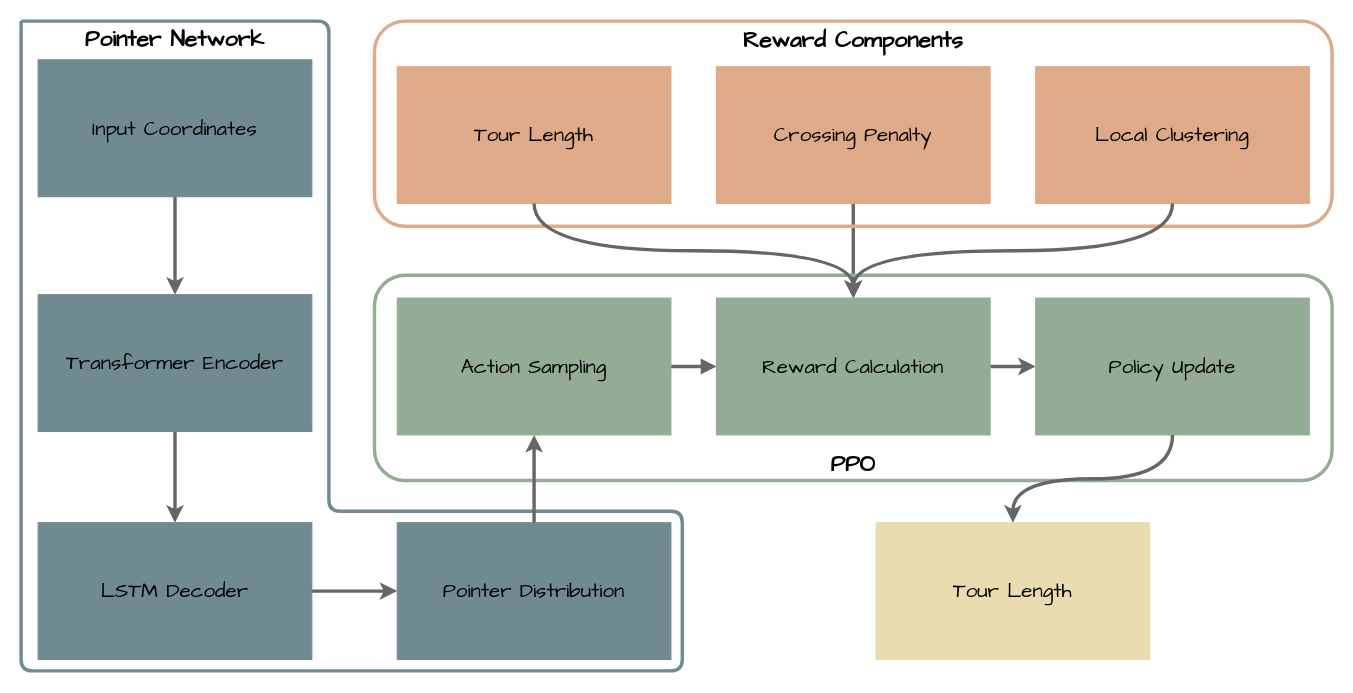
This is tsp.drawio from q10l01p/draw, a draw.io file, before an edit. Source tidied: cells renumbered, new cells numbered last; positions are measured from the earlier drawing's top-left corner, leaving out a move shared by most shapes. Both pictures are drawn from the tidied source at 114%, with x=0, y=0 at pixel (21, 21).
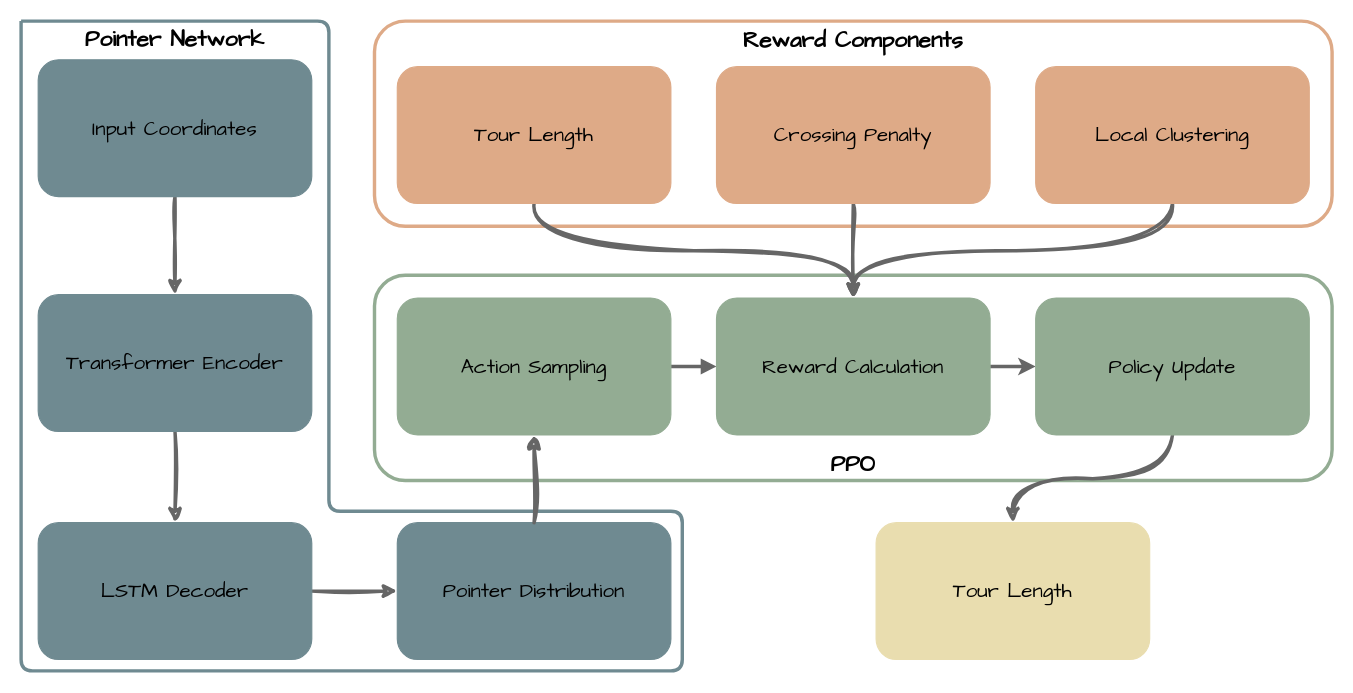
Above is the later version.

The edit, as a diff of the source:
```diff
@@
+    <mxCell id="20" style="rounded=1;whiteSpace=wrap;html=1;fillColor=none;strokeColor=#93AC93;strokeWidth=3;perimeterSpacing=0;glass=1;fontFamily=Comic Sans MS;" parent="1" vertex="1">
+      <mxGeometry x="310" y="223" width="840" height="180" as="geometry" />
+    </mxCell>
+    <mxCell id="18" style="rounded=1;whiteSpace=wrap;html=1;fillColor=none;strokeColor=#DEAA87;strokeWidth=3;perimeterSpacing=0;glass=1;fontFamily=Comic Sans MS;" parent="1" vertex="1">
+      <mxGeometry x="310" width="840" height="180" as="geometry" />
+    </mxCell>
-    <mxCell id="2" style="edgeStyle=orthogonalEdgeStyle;rounded=0;jettySize=auto;html=1;strokeWidth=3;fillColor=#f5f5f5;gradientColor=#b3b3b3;strokeColor=#666666;" parent="1" edge="1" source="15" target="24">
+    <mxCell id="2" style="edgeStyle=orthogonalEdgeStyle;rounded=0;jettySize=auto;html=1;strokeWidth=3;fillColor=#f5f5f5;gradientColor=#b3b3b3;strokeColor=#666666;sketch=1;curveFitting=1;jiggle=2;" parent="1" edge="1" source="15" target="24">
       <mxGeometry relative="1" as="geometry" />
     </mxCell>
-    <mxCell id="3" value="&lt;p style=&quot;margin: 0px; font-style: normal; font-variant-caps: normal; font-stretch: normal; line-height: normal; font-size-adjust: none; font-kerning: auto; font-variant-alternates: normal; font-variant-ligatures: normal; font-variant-numeric: normal; font-variant-east-asian: normal; font-variant-position: normal; font-feature-settings: normal; font-optical-sizing: auto; font-variation-settings: normal;&quot;&gt;Tour Length&lt;/p&gt;" style="rounded=0;whiteSpace=wrap;html=1;fillColor=#E9DDAF;strokeColor=#E9DDAF;fontFamily=Comic Sans MS;fontSize=18;glass=0;" parent="1" vertex="1">
+    <mxCell id="3" value="&lt;p style=&quot;margin: 0px; font-style: normal; font-variant-caps: normal; font-stretch: normal; line-height: normal; font-size-adjust: none; font-kerning: auto; font-variant-alternates: normal; font-variant-ligatures: normal; font-variant-numeric: normal; font-variant-east-asian: normal; font-variant-position: normal; font-feature-settings: normal; font-optical-sizing: auto; font-variation-settings: normal;&quot;&gt;Tour Length&lt;/p&gt;" style="rounded=1;whiteSpace=wrap;html=1;fillColor=#E9DDAF;strokeColor=#E9DDAF;fontFamily=Comic Sans MS;fontSize=18;glass=0;" parent="1" vertex="1">
       <mxGeometry x="750" y="440" width="240" height="120" as="geometry" />
     </mxCell>
-    <mxCell id="4" style="edgeStyle=none;rounded=0;jettySize=auto;html=1;strokeWidth=3;fillColor=#f5f5f5;gradientColor=#b3b3b3;strokeColor=#666666;" parent="1" edge="1" source="5" target="7">
+    <mxCell id="4" style="edgeStyle=none;rounded=0;jettySize=auto;html=1;strokeWidth=3;fillColor=#f5f5f5;gradientColor=#b3b3b3;strokeColor=#666666;sketch=1;curveFitting=1;jiggle=2;" parent="1" edge="1" source="5" target="7">
       <mxGeometry relative="1" as="geometry" />
     </mxCell>
-    <mxCell id="5" value="&lt;p style=&quot;margin: 0px; font-style: normal; font-variant-caps: normal; font-stretch: normal; line-height: normal; font-size-adjust: none; font-kerning: auto; font-variant-alternates: normal; font-variant-ligatures: normal; font-variant-numeric: normal; font-variant-east-asian: normal; font-variant-position: normal; font-feature-settings: normal; font-optical-sizing: auto; font-variation-settings: normal;&quot;&gt;Input Coordinates&lt;/p&gt;" style="rounded=0;whiteSpace=wrap;html=1;fillColor=#6F8A91;strokeColor=#6F8A91;fontFamily=Comic Sans MS;fontSize=18;glass=0;" parent="1" vertex="1">
+    <mxCell id="5" value="&lt;p style=&quot;margin: 0px; font-style: normal; font-variant-caps: normal; font-stretch: normal; line-height: normal; font-size-adjust: none; font-kerning: auto; font-variant-alternates: normal; font-variant-ligatures: normal; font-variant-numeric: normal; font-variant-east-asian: normal; font-variant-position: normal; font-feature-settings: normal; font-optical-sizing: auto; font-variation-settings: normal;&quot;&gt;Input Coordinates&lt;/p&gt;" style="rounded=1;whiteSpace=wrap;html=1;fillColor=#6F8A91;strokeColor=#6F8A91;fontFamily=Comic Sans MS;fontSize=18;glass=0;" parent="1" vertex="1">
       <mxGeometry x="15" y="34" width="240" height="120" as="geometry" />
     </mxCell>
-    <mxCell id="6" style="edgeStyle=none;rounded=0;jettySize=auto;html=1;strokeWidth=3;fillColor=#f5f5f5;gradientColor=#b3b3b3;strokeColor=#666666;" parent="1" edge="1" source="7" target="9">
+    <mxCell id="6" style="edgeStyle=none;rounded=0;jettySize=auto;html=1;strokeWidth=3;fillColor=#f5f5f5;gradientColor=#b3b3b3;strokeColor=#666666;sketch=1;curveFitting=1;jiggle=2;" parent="1" edge="1" source="7" target="9">
       <mxGeometry relative="1" as="geometry" />
     </mxCell>
-    <mxCell id="7" value="&lt;p style=&quot;margin: 0px; font-style: normal; font-variant-caps: normal; font-stretch: normal; line-height: normal; font-size-adjust: none; font-kerning: auto; font-variant-alternates: normal; font-variant-ligatures: normal; font-variant-numeric: normal; font-variant-east-asian: normal; font-variant-position: normal; font-feature-settings: normal; font-optical-sizing: auto; font-variation-settings: normal;&quot;&gt;Transformer Encoder&lt;/p&gt;" style="rounded=0;whiteSpace=wrap;html=1;fillColor=#6F8A91;strokeColor=#6F8A91;fontFamily=Comic Sans MS;fontSize=18;glass=0;" parent="1" vertex="1">
+    <mxCell id="7" value="&lt;p style=&quot;margin: 0px; font-style: normal; font-variant-caps: normal; font-stretch: normal; line-height: normal; font-size-adjust: none; font-kerning: auto; font-variant-alternates: normal; font-variant-ligatures: normal; font-variant-numeric: normal; font-variant-east-asian: normal; font-variant-position: normal; font-feature-settings: normal; font-optical-sizing: auto; font-variation-settings: normal;&quot;&gt;Transformer Encoder&lt;/p&gt;" style="rounded=1;whiteSpace=wrap;html=1;fillColor=#6F8A91;strokeColor=#6F8A91;fontFamily=Comic Sans MS;fontSize=18;glass=0;" parent="1" vertex="1">
       <mxGeometry x="15" y="240" width="240" height="120" as="geometry" />
     </mxCell>
-    <mxCell id="8" style="edgeStyle=none;rounded=0;jettySize=auto;html=1;strokeWidth=3;fillColor=#f5f5f5;gradientColor=#b3b3b3;strokeColor=#666666;" parent="1" edge="1" source="9" target="10">
+    <mxCell id="8" style="edgeStyle=none;rounded=0;jettySize=auto;html=1;strokeWidth=3;fillColor=#f5f5f5;gradientColor=#b3b3b3;strokeColor=#666666;sketch=1;curveFitting=1;jiggle=2;" parent="1" edge="1" source="9" target="10">
       <mxGeometry relative="1" as="geometry" />
     </mxCell>
-    <mxCell id="9" value="&lt;p style=&quot;margin: 0px; font-style: normal; font-variant-caps: normal; font-stretch: normal; line-height: normal; font-size-adjust: none; font-kerning: auto; font-variant-alternates: normal; font-variant-ligatures: normal; font-variant-numeric: normal; font-variant-east-asian: normal; font-variant-position: normal; font-feature-settings: normal; font-optical-sizing: auto; font-variation-settings: normal;&quot;&gt;LSTM Decoder&lt;/p&gt;" style="rounded=0;whiteSpace=wrap;html=1;fillColor=#6F8A91;strokeColor=#6F8A91;fontFamily=Comic Sans MS;fontSize=18;glass=0;" parent="1" vertex="1">
+    <mxCell id="9" value="&lt;p style=&quot;margin: 0px; font-style: normal; font-variant-caps: normal; font-stretch: normal; line-height: normal; font-size-adjust: none; font-kerning: auto; font-variant-alternates: normal; font-variant-ligatures: normal; font-variant-numeric: normal; font-variant-east-asian: normal; font-variant-position: normal; font-feature-settings: normal; font-optical-sizing: auto; font-variation-settings: normal;&quot;&gt;LSTM Decoder&lt;/p&gt;" style="rounded=1;whiteSpace=wrap;html=1;fillColor=#6F8A91;strokeColor=#6F8A91;fontFamily=Comic Sans MS;fontSize=18;glass=0;" parent="1" vertex="1">
       <mxGeometry x="15" y="440" width="240" height="120" as="geometry" />
     </mxCell>
-    <mxCell id="10" value="&lt;p style=&quot;margin: 0px; font-style: normal; font-variant-caps: normal; font-stretch: normal; line-height: normal; font-size-adjust: none; font-kerning: auto; font-variant-alternates: normal; font-variant-ligatures: normal; font-variant-numeric: normal; font-variant-east-asian: normal; font-variant-position: normal; font-feature-settings: normal; font-optical-sizing: auto; font-variation-settings: normal;&quot;&gt;Pointer Distribution&lt;/p&gt;" style="rounded=0;whiteSpace=wrap;html=1;fillColor=#6F8A91;strokeColor=#6F8A91;fontFamily=Comic Sans MS;fontSize=18;glass=0;" parent="1" vertex="1">
+    <mxCell id="10" value="&lt;p style=&quot;margin: 0px; font-style: normal; font-variant-caps: normal; font-stretch: normal; line-height: normal; font-size-adjust: none; font-kerning: auto; font-variant-alternates: normal; font-variant-ligatures: normal; font-variant-numeric: normal; font-variant-east-asian: normal; font-variant-position: normal; font-feature-settings: normal; font-optical-sizing: auto; font-variation-settings: normal;&quot;&gt;Pointer Distribution&lt;/p&gt;" style="rounded=1;whiteSpace=wrap;html=1;fillColor=#6F8A91;strokeColor=#6F8A91;fontFamily=Comic Sans MS;fontSize=18;glass=0;" parent="1" vertex="1">
       <mxGeometry x="330" y="440" width="240" height="120" as="geometry" />
     </mxCell>
@@
     <mxCell id="12" style="edgeStyle=none;orthogonalLoop=1;jettySize=auto;html=1;rounded=1;endArrow=none;endFill=0;strokeWidth=3;strokeColor=#6F8A91;curved=0;" parent="1" edge="1">
       <mxGeometry relative="1" as="geometry">
         <mxPoint as="sourcePoint" />
         <mxPoint as="targetPoint" />
         <Array as="points">
           <mxPoint y="570" />
           <mxPoint x="580" y="570" />
           <mxPoint x="580" y="430" />
+          <mxPoint x="540" y="430" />
           <mxPoint x="270" y="430" />
           <mxPoint x="270" />
         </Array>
       </mxGeometry>
     </mxCell>
-    <mxCell id="13" style="group;" parent="1" vertex="1">
-      <mxGeometry x="310" width="840" height="180" as="geometry" />
-    </mxCell>
-    <mxCell id="14" value="&lt;p style=&quot;margin: 0px; font-style: normal; font-variant-caps: normal; font-stretch: normal; line-height: normal; font-size-adjust: none; font-kerning: auto; font-variant-alternates: normal; font-variant-ligatures: normal; font-variant-numeric: normal; font-variant-east-asian: normal; font-variant-position: normal; font-feature-settings: normal; font-optical-sizing: auto; font-variation-settings: normal;&quot;&gt;Tour Length&lt;/p&gt;" style="rounded=0;whiteSpace=wrap;html=1;fillColor=#DEAA87;strokeColor=#DEAA87;fontFamily=Comic Sans MS;fontSize=18;glass=0;" parent="13" vertex="1">
-      <mxGeometry x="20" y="40" width="240" height="120" as="geometry" />
-    </mxCell>
-    <mxCell id="15" value="&lt;p style=&quot;margin: 0px; font-style: normal; font-variant-caps: normal; font-stretch: normal; line-height: normal; font-size-adjust: none; font-kerning: auto; font-variant-alternates: normal; font-variant-ligatures: normal; font-variant-numeric: normal; font-variant-east-asian: normal; font-variant-position: normal; font-feature-settings: normal; font-optical-sizing: auto; font-variation-settings: normal;&quot;&gt;Crossing Penalty&lt;/p&gt;" style="rounded=0;whiteSpace=wrap;html=1;fillColor=#DEAA87;strokeColor=#DEAA87;fontFamily=Comic Sans MS;fontSize=18;glass=0;" parent="13" vertex="1">
-      <mxGeometry x="300" y="40" width="240" height="120" as="geometry" />
-    </mxCell>
-    <mxCell id="16" value="&lt;p style=&quot;margin: 0px; font-style: normal; font-variant-caps: normal; font-stretch: normal; line-height: normal; font-size-adjust: none; font-kerning: auto; font-variant-alternates: normal; font-variant-ligatures: normal; font-variant-numeric: normal; font-variant-east-asian: normal; font-variant-position: normal; font-feature-settings: normal; font-optical-sizing: auto; font-variation-settings: normal;&quot;&gt;Local Clustering&lt;/p&gt;" style="rounded=0;whiteSpace=wrap;html=1;fillColor=#DEAA87;strokeColor=#DEAA87;fontFamily=Comic Sans MS;fontSize=18;glass=0;gradientColor=none;fillStyle=auto;" parent="13" vertex="1">
-      <mxGeometry x="580" y="40" width="240" height="120" as="geometry" />
-    </mxCell>
-    <mxCell id="17" value="Reward Components" style="text;html=1;align=center;verticalAlign=middle;whiteSpace=wrap;rounded=0;fontFamily=Comic Sans MS;fontSize=20;fontStyle=1;" parent="13" vertex="1">
-      <mxGeometry x="300" y="1" width="240" height="30" as="geometry" />
-    </mxCell>
-    <mxCell id="18" style="rounded=1;whiteSpace=wrap;html=1;fillColor=none;strokeColor=#DEAA87;strokeWidth=3;perimeterSpacing=0;glass=1;fontFamily=Comic Sans MS;" parent="13" vertex="1">
-      <mxGeometry width="840" height="180" as="geometry" />
-    </mxCell>
-    <mxCell id="19" style="group;" parent="1" vertex="1">
-      <mxGeometry x="310" y="223" width="840" height="180" as="geometry" />
-    </mxCell>
-    <mxCell id="20" style="rounded=1;whiteSpace=wrap;html=1;fillColor=none;strokeColor=#93AC93;strokeWidth=3;perimeterSpacing=0;glass=1;fontFamily=Comic Sans MS;" parent="19" vertex="1">
-      <mxGeometry width="840" height="180" as="geometry" />
-    </mxCell>
+    <mxCell id="27" style="edgeStyle=none;rounded=0;jettySize=auto;html=1;entryX=0.5;entryY=1;entryDx=0;entryDy=0;fillColor=#f5f5f5;gradientColor=#b3b3b3;strokeColor=#666666;strokeWidth=3;sketch=1;curveFitting=1;jiggle=2;" parent="1" edge="1" source="10" target="22">
+      <mxGeometry relative="1" as="geometry" />
+    </mxCell>
+    <mxCell id="28" style="edgeStyle=orthogonalEdgeStyle;rounded=0;jettySize=auto;html=1;exitX=0.5;exitY=1;exitDx=0;exitDy=0;entryX=0.5;entryY=0;entryDx=0;entryDy=0;strokeWidth=3;fillColor=#f5f5f5;gradientColor=#b3b3b3;strokeColor=#666666;curved=1;sketch=1;curveFitting=1;jiggle=2;" parent="1" edge="1" source="14" target="24">
+      <mxGeometry relative="1" as="geometry" />
+    </mxCell>
+    <mxCell id="29" style="edgeStyle=orthogonalEdgeStyle;rounded=0;jettySize=auto;html=1;exitX=0.5;exitY=1;exitDx=0;exitDy=0;strokeWidth=3;fillColor=#f5f5f5;gradientColor=#b3b3b3;strokeColor=#666666;curved=1;entryX=0.5;entryY=0;entryDx=0;entryDy=0;sketch=1;curveFitting=1;jiggle=2;" parent="1" edge="1" source="16" target="24">
+      <mxGeometry relative="1" as="geometry" />
+    </mxCell>
+    <mxCell id="30" style="edgeStyle=orthogonalEdgeStyle;rounded=0;jettySize=auto;html=1;entryX=0.5;entryY=0;entryDx=0;entryDy=0;strokeWidth=3;curved=1;fillColor=#f5f5f5;gradientColor=#b3b3b3;strokeColor=#666666;sketch=1;curveFitting=1;jiggle=2;" parent="1" edge="1" source="25" target="3">
+      <mxGeometry relative="1" as="geometry" />
+    </mxCell>
-    <mxCell id="21" style="edgeStyle=none;rounded=0;jettySize=auto;html=1;strokeWidth=3;endArrow=block;endFill=1;fontFamily=Comic Sans MS;fontSize=18;fillColor=#f5f5f5;gradientColor=#b3b3b3;strokeColor=#666666;" parent="19" edge="1" source="22" target="24">
+    <mxCell id="21" style="edgeStyle=none;rounded=0;jettySize=auto;html=1;strokeWidth=3;endArrow=block;endFill=1;fontFamily=Comic Sans MS;fontSize=18;fillColor=#f5f5f5;gradientColor=#b3b3b3;strokeColor=#666666;" parent="1" edge="1" source="22" target="24">
       <mxGeometry relative="1" as="geometry" />
     </mxCell>
-    <mxCell id="22" value="&lt;p style=&quot;margin: 0px; font-style: normal; font-variant-caps: normal; font-stretch: normal; line-height: normal; font-size-adjust: none; font-kerning: auto; font-variant-alternates: normal; font-variant-ligatures: normal; font-variant-numeric: normal; font-variant-east-asian: normal; font-variant-position: normal; font-feature-settings: normal; font-optical-sizing: auto; font-variation-settings: normal;&quot;&gt;Action Sampling&lt;/p&gt;" style="rounded=0;whiteSpace=wrap;html=1;fillColor=#93AC93;strokeColor=#93AC93;fontFamily=Comic Sans MS;fontSize=18;glass=0;" parent="19" vertex="1">
-      <mxGeometry x="20" y="20" width="240" height="120" as="geometry" />
+    <mxCell id="22" value="&lt;p style=&quot;margin: 0px; font-style: normal; font-variant-caps: normal; font-stretch: normal; line-height: normal; font-size-adjust: none; font-kerning: auto; font-variant-alternates: normal; font-variant-ligatures: normal; font-variant-numeric: normal; font-variant-east-asian: normal; font-variant-position: normal; font-feature-settings: normal; font-optical-sizing: auto; font-variation-settings: normal;&quot;&gt;Action Sampling&lt;/p&gt;" style="rounded=1;whiteSpace=wrap;html=1;fillColor=#93AC93;strokeColor=#93AC93;fontFamily=Comic Sans MS;fontSize=18;glass=0;" parent="1" vertex="1">
+      <mxGeometry x="330" y="243" width="240" height="120" as="geometry" />
     </mxCell>
-    <mxCell id="23" style="edgeStyle=orthogonalEdgeStyle;rounded=0;jettySize=auto;html=1;entryX=0;entryY=0.5;entryDx=0;entryDy=0;strokeWidth=3;fillColor=#f5f5f5;gradientColor=#b3b3b3;strokeColor=#666666;" parent="19" edge="1" source="24" target="25">
+    <mxCell id="23" style="edgeStyle=orthogonalEdgeStyle;rounded=0;jettySize=auto;html=1;entryX=0;entryY=0.5;entryDx=0;entryDy=0;strokeWidth=3;fillColor=#f5f5f5;gradientColor=#b3b3b3;strokeColor=#666666;" parent="1" edge="1" source="24" target="25">
       <mxGeometry relative="1" as="geometry" />
     </mxCell>
-    <mxCell id="24" value="&lt;p style=&quot;margin: 0px; font-style: normal; font-variant-caps: normal; font-stretch: normal; line-height: normal; font-size-adjust: none; font-kerning: auto; font-variant-alternates: normal; font-variant-ligatures: normal; font-variant-numeric: normal; font-variant-east-asian: normal; font-variant-position: normal; font-feature-settings: normal; font-optical-sizing: auto; font-variation-settings: normal;&quot;&gt;Reward Calculation&lt;/p&gt;" style="rounded=0;whiteSpace=wrap;html=1;fillColor=#93AC93;strokeColor=#93AC93;fontFamily=Comic Sans MS;fontSize=18;glass=0;" parent="19" vertex="1">
-      <mxGeometry x="300" y="20" width="240" height="120" as="geometry" />
+    <mxCell id="24" value="&lt;p style=&quot;margin: 0px; font-style: normal; font-variant-caps: normal; font-stretch: normal; line-height: normal; font-size-adjust: none; font-kerning: auto; font-variant-alternates: normal; font-variant-ligatures: normal; font-variant-numeric: normal; font-variant-east-asian: normal; font-variant-position: normal; font-feature-settings: normal; font-optical-sizing: auto; font-variation-settings: normal;&quot;&gt;Reward Calculation&lt;/p&gt;" style="rounded=1;whiteSpace=wrap;html=1;fillColor=#93AC93;strokeColor=#93AC93;fontFamily=Comic Sans MS;fontSize=18;glass=0;" parent="1" vertex="1">
+      <mxGeometry x="610" y="243" width="240" height="120" as="geometry" />
     </mxCell>
-    <mxCell id="25" value="&lt;p style=&quot;margin: 0px; font-style: normal; font-variant-caps: normal; font-stretch: normal; line-height: normal; font-size-adjust: none; font-kerning: auto; font-variant-alternates: normal; font-variant-ligatures: normal; font-variant-numeric: normal; font-variant-east-asian: normal; font-variant-position: normal; font-feature-settings: normal; font-optical-sizing: auto; font-variation-settings: normal;&quot;&gt;Policy Update&lt;/p&gt;" style="rounded=0;whiteSpace=wrap;html=1;fillColor=#93AC93;strokeColor=#93AC93;fontFamily=Comic Sans MS;fontSize=18;glass=0;gradientColor=none;fillStyle=auto;" parent="19" vertex="1">
-      <mxGeometry x="580" y="20" width="240" height="120" as="geometry" />
+    <mxCell id="25" value="&lt;p style=&quot;margin: 0px; font-style: normal; font-variant-caps: normal; font-stretch: normal; line-height: normal; font-size-adjust: none; font-kerning: auto; font-variant-alternates: normal; font-variant-ligatures: normal; font-variant-numeric: normal; font-variant-east-asian: normal; font-variant-position: normal; font-feature-settings: normal; font-optical-sizing: auto; font-variation-settings: normal;&quot;&gt;Policy Update&lt;/p&gt;" style="rounded=1;whiteSpace=wrap;html=1;fillColor=#93AC93;strokeColor=#93AC93;fontFamily=Comic Sans MS;fontSize=18;glass=0;gradientColor=none;fillStyle=auto;" parent="1" vertex="1">
+      <mxGeometry x="890" y="243" width="240" height="120" as="geometry" />
     </mxCell>
-    <mxCell id="26" value="&lt;font&gt;PPO&lt;/font&gt;" style="text;html=1;align=center;verticalAlign=middle;whiteSpace=wrap;rounded=0;fontFamily=Comic Sans MS;fontSize=20;labelBackgroundColor=none;fontStyle=1;" parent="19" vertex="1">
-      <mxGeometry x="340" y="150" width="160" height="30" as="geometry" />
+    <mxCell id="26" value="&lt;font&gt;PPO&lt;/font&gt;" style="text;html=1;align=center;verticalAlign=middle;whiteSpace=wrap;rounded=0;fontFamily=Comic Sans MS;fontSize=20;labelBackgroundColor=none;fontStyle=1;" parent="1" vertex="1">
+      <mxGeometry x="650" y="373" width="160" height="30" as="geometry" />
     </mxCell>
-    <mxCell id="27" style="edgeStyle=none;rounded=0;jettySize=auto;html=1;entryX=0.5;entryY=1;entryDx=0;entryDy=0;fillColor=#f5f5f5;gradientColor=#b3b3b3;strokeColor=#666666;strokeWidth=3;" parent="1" edge="1" source="10" target="22">
-      <mxGeometry relative="1" as="geometry" />
-    </mxCell>
-    <mxCell id="28" style="edgeStyle=orthogonalEdgeStyle;rounded=0;jettySize=auto;html=1;exitX=0.5;exitY=1;exitDx=0;exitDy=0;entryX=0.5;entryY=0;entryDx=0;entryDy=0;strokeWidth=3;fillColor=#f5f5f5;gradientColor=#b3b3b3;strokeColor=#666666;curved=1;" parent="1" edge="1" source="14" target="24">
-      <mxGeometry relative="1" as="geometry" />
-    </mxCell>
-    <mxCell id="29" style="edgeStyle=orthogonalEdgeStyle;rounded=0;jettySize=auto;html=1;exitX=0.5;exitY=1;exitDx=0;exitDy=0;strokeWidth=3;fillColor=#f5f5f5;gradientColor=#b3b3b3;strokeColor=#666666;curved=1;entryX=0.5;entryY=0;entryDx=0;entryDy=0;" parent="1" edge="1" source="16" target="24">
-      <mxGeometry relative="1" as="geometry" />
-    </mxCell>
-    <mxCell id="30" style="edgeStyle=orthogonalEdgeStyle;rounded=0;jettySize=auto;html=1;entryX=0.5;entryY=0;entryDx=0;entryDy=0;strokeWidth=3;curved=1;fillColor=#f5f5f5;gradientColor=#b3b3b3;strokeColor=#666666;" parent="1" edge="1" source="25" target="3">
-      <mxGeometry relative="1" as="geometry" />
-    </mxCell>
+    <mxCell id="14" value="&lt;p style=&quot;margin: 0px; font-style: normal; font-variant-caps: normal; font-stretch: normal; line-height: normal; font-size-adjust: none; font-kerning: auto; font-variant-alternates: normal; font-variant-ligatures: normal; font-variant-numeric: normal; font-variant-east-asian: normal; font-variant-position: normal; font-feature-settings: normal; font-optical-sizing: auto; font-variation-settings: normal;&quot;&gt;Tour Length&lt;/p&gt;" style="rounded=1;whiteSpace=wrap;html=1;fillColor=#DEAA87;strokeColor=#DEAA87;fontFamily=Comic Sans MS;fontSize=18;glass=0;" parent="1" vertex="1">
+      <mxGeometry x="330" y="40" width="240" height="120" as="geometry" />
+    </mxCell>
+    <mxCell id="15" value="&lt;p style=&quot;margin: 0px; font-style: normal; font-variant-caps: normal; font-stretch: normal; line-height: normal; font-size-adjust: none; font-kerning: auto; font-variant-alternates: normal; font-variant-ligatures: normal; font-variant-numeric: normal; font-variant-east-asian: normal; font-variant-position: normal; font-feature-settings: normal; font-optical-sizing: auto; font-variation-settings: normal;&quot;&gt;Crossing Penalty&lt;/p&gt;" style="rounded=1;whiteSpace=wrap;html=1;fillColor=#DEAA87;strokeColor=#DEAA87;fontFamily=Comic Sans MS;fontSize=18;glass=0;" parent="1" vertex="1">
+      <mxGeometry x="610" y="40" width="240" height="120" as="geometry" />
+    </mxCell>
+    <mxCell id="16" value="&lt;p style=&quot;margin: 0px; font-style: normal; font-variant-caps: normal; font-stretch: normal; line-height: normal; font-size-adjust: none; font-kerning: auto; font-variant-alternates: normal; font-variant-ligatures: normal; font-variant-numeric: normal; font-variant-east-asian: normal; font-variant-position: normal; font-feature-settings: normal; font-optical-sizing: auto; font-variation-settings: normal;&quot;&gt;Local Clustering&lt;/p&gt;" style="rounded=1;whiteSpace=wrap;html=1;fillColor=#DEAA87;strokeColor=#DEAA87;fontFamily=Comic Sans MS;fontSize=18;glass=0;gradientColor=none;fillStyle=auto;" parent="1" vertex="1">
+      <mxGeometry x="890" y="40" width="240" height="120" as="geometry" />
+    </mxCell>
+    <mxCell id="17" value="Reward Components" style="text;html=1;align=center;verticalAlign=middle;whiteSpace=wrap;rounded=0;fontFamily=Comic Sans MS;fontSize=20;fontStyle=1;" parent="1" vertex="1">
+      <mxGeometry x="610" y="1" width="240" height="30" as="geometry" />
+    </mxCell>
```
